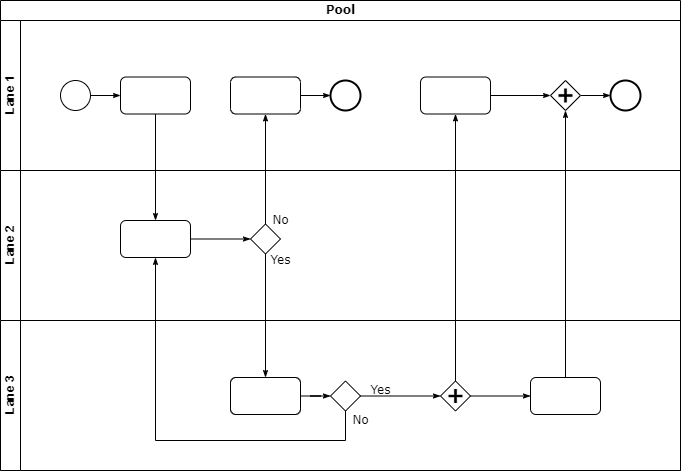
The draw.io diagram 未命名绘图.drawio.png in shenkongzhixia/math, before a commit. Source tidied: cells renumbered, new cells last; positions are measured from the earlier drawing's top-left corner, leaving out a move shared by most shapes.
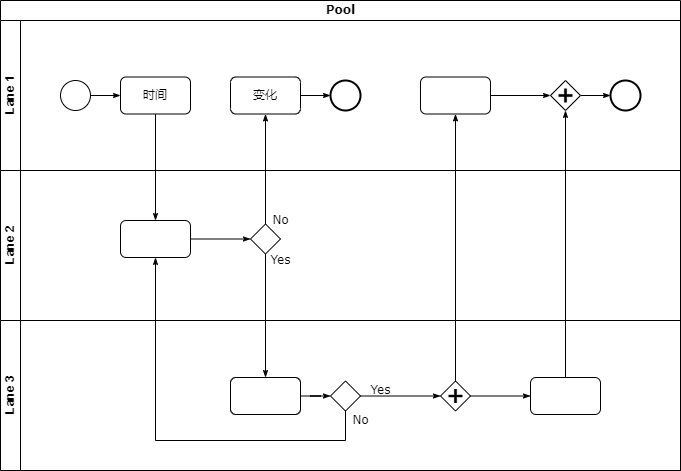
After the commit.

Commit message:
更新未命名绘图.drawio.png

Diff of the diagram source:
```diff
@@ -14,13 +14,13 @@
     <mxCell id="5" style="ellipse;whiteSpace=wrap;html=1;rounded=0;shadow=0;labelBackgroundColor=none;strokeWidth=1;fontFamily=Verdana;fontSize=8;align=center;" parent="3" vertex="1">
       <mxGeometry x="60" y="60" width="30" height="30" as="geometry" />
     </mxCell>
-    <mxCell id="6" style="rounded=1;whiteSpace=wrap;html=1;shadow=0;labelBackgroundColor=none;strokeWidth=1;fontFamily=Verdana;fontSize=8;align=center;" parent="3" vertex="1">
+    <mxCell id="6" value="时间" style="rounded=1;whiteSpace=wrap;html=1;shadow=0;labelBackgroundColor=none;strokeWidth=1;fontFamily=Verdana;fontSize=8;align=center;" parent="3" vertex="1">
       <mxGeometry x="120" y="56.5" width="70" height="37" as="geometry" />
     </mxCell>
     <mxCell id="7" style="edgeStyle=orthogonalEdgeStyle;rounded=0;html=1;labelBackgroundColor=none;startArrow=none;startFill=0;startSize=5;endArrow=classicThin;endFill=1;endSize=5;jettySize=auto;strokeWidth=1;fontFamily=Verdana;fontSize=8;" parent="3" edge="1" source="8" target="9">
       <mxGeometry relative="1" as="geometry" />
     </mxCell>
-    <mxCell id="8" style="rounded=1;whiteSpace=wrap;html=1;shadow=0;labelBackgroundColor=none;strokeWidth=1;fontFamily=Verdana;fontSize=8;align=center;" parent="3" vertex="1">
+    <mxCell id="8" value="变化" style="rounded=1;whiteSpace=wrap;html=1;shadow=0;labelBackgroundColor=none;strokeWidth=1;fontFamily=Verdana;fontSize=8;align=center;" parent="3" vertex="1">
       <mxGeometry x="230" y="56.5" width="70" height="37" as="geometry" />
     </mxCell>
     <mxCell id="9" style="ellipse;whiteSpace=wrap;html=1;rounded=0;shadow=0;labelBackgroundColor=none;strokeWidth=2;fontFamily=Verdana;fontSize=8;align=center;" parent="3" vertex="1">
```
